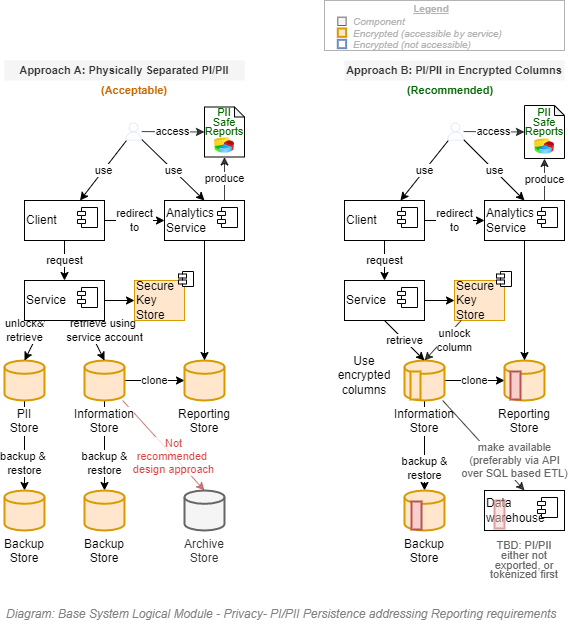
Above: 22.Privacy View/00.Images/Privacy View - Databases - Encrypted Columns.drawio.png in skysgh/System.Design.Resources.Service (draw.io), before the change. Source tidied: cells renumbered, new cells last; positions are measured from the earlier drawing's top-left corner, leaving out a move shared by most shapes.
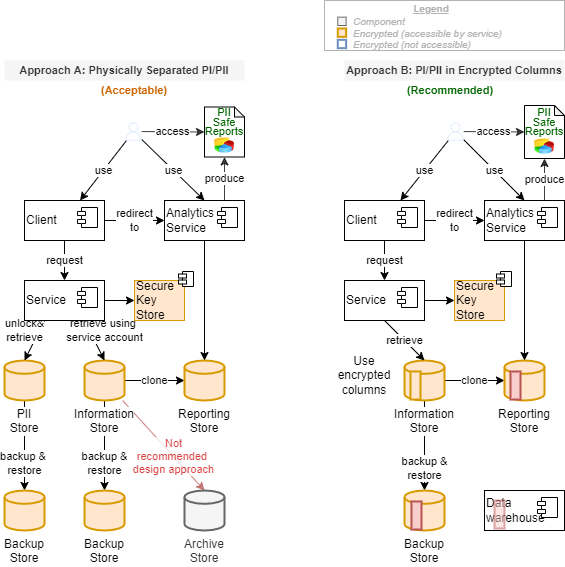
The same file after the commit.

The edit, as a diff of the source:
```diff
@@ -221,19 +221,6 @@
     <mxCell id="68" style="rounded=0;whiteSpace=wrap;html=1;labelBackgroundColor=#ffffff;align=left;fillColor=#f8cecc;strokeColor=#b85450;strokeWidth=2;opacity=50;" parent="1" vertex="1">
       <mxGeometry x="490" y="500" width="10" height="28" as="geometry" />
     </mxCell>
-    <mxCell id="69" value="Title/Diagram" parent="0" />
-    <mxCell id="70" value="&lt;font style=&quot;font-size: 12px&quot;&gt;&lt;span style=&quot;font-size: 12px&quot;&gt;Diagram: Base System Logical Module -&amp;nbsp;&lt;/span&gt;Privacy- PI/PII Persistence addressing Reporting requirements&lt;/font&gt;" style="text;strokeColor=none;fillColor=none;html=1;fontSize=24;fontStyle=2;verticalAlign=middle;align=left;shadow=0;glass=0;comic=0;opacity=30;fontColor=#808080;" parent="69" vertex="1">
-      <mxGeometry y="600" width="520" height="20" as="geometry" />
-    </mxCell>
-    <mxCell id="71" value="unlock&lt;br&gt;column" style="edgeStyle=none;rounded=0;jettySize=auto;html=1;entryX=0.5;entryY=0;entryDx=0;entryDy=0;entryPerimeter=0;endArrow=classic;endFill=1;fontSize=11;fontColor=#000000;opacity=75;" parent="69" edge="1" source="52" target="33">
-      <mxGeometry x="-0.29" y="9" relative="1" as="geometry" />
-    </mxCell>
-    <mxCell id="72" value="make available&lt;br&gt;(preferably via API&lt;br&gt;over SQL based ETL)" style="edgeStyle=none;rounded=0;jettySize=auto;html=1;entryX=0.5;entryY=0;entryDx=0;entryDy=0;endArrow=classic;endFill=1;fontSize=11;opacity=75;fontColor=#666666;" parent="69" edge="1" source="33" target="66">
-      <mxGeometry x="0.52" y="13" relative="1" as="geometry" />
-    </mxCell>
-    <mxCell id="73" value="&lt;p style=&quot;line-height: 90%&quot;&gt;TBD: PI/PII either not exported, or tokenized first&lt;/p&gt;" style="text;html=1;strokeColor=none;fillColor=none;align=center;verticalAlign=middle;whiteSpace=wrap;rounded=0;labelBackgroundColor=none;fontSize=11;fontColor=#666666;opacity=50;" parent="69" vertex="1">
-      <mxGeometry x="480" y="540" width="80" height="40" as="geometry" />
-    </mxCell>
     <mxCell id="74" value="Context/Legend" parent="0" />
     <mxCell id="75" style="rounded=0;whiteSpace=wrap;html=1;fontSize=10;align=left;fontColor=#B3B3B3;strokeColor=#B3B3B3;" parent="74" vertex="1">
       <mxGeometry x="320" width="240" height="50" as="geometry" />
```
